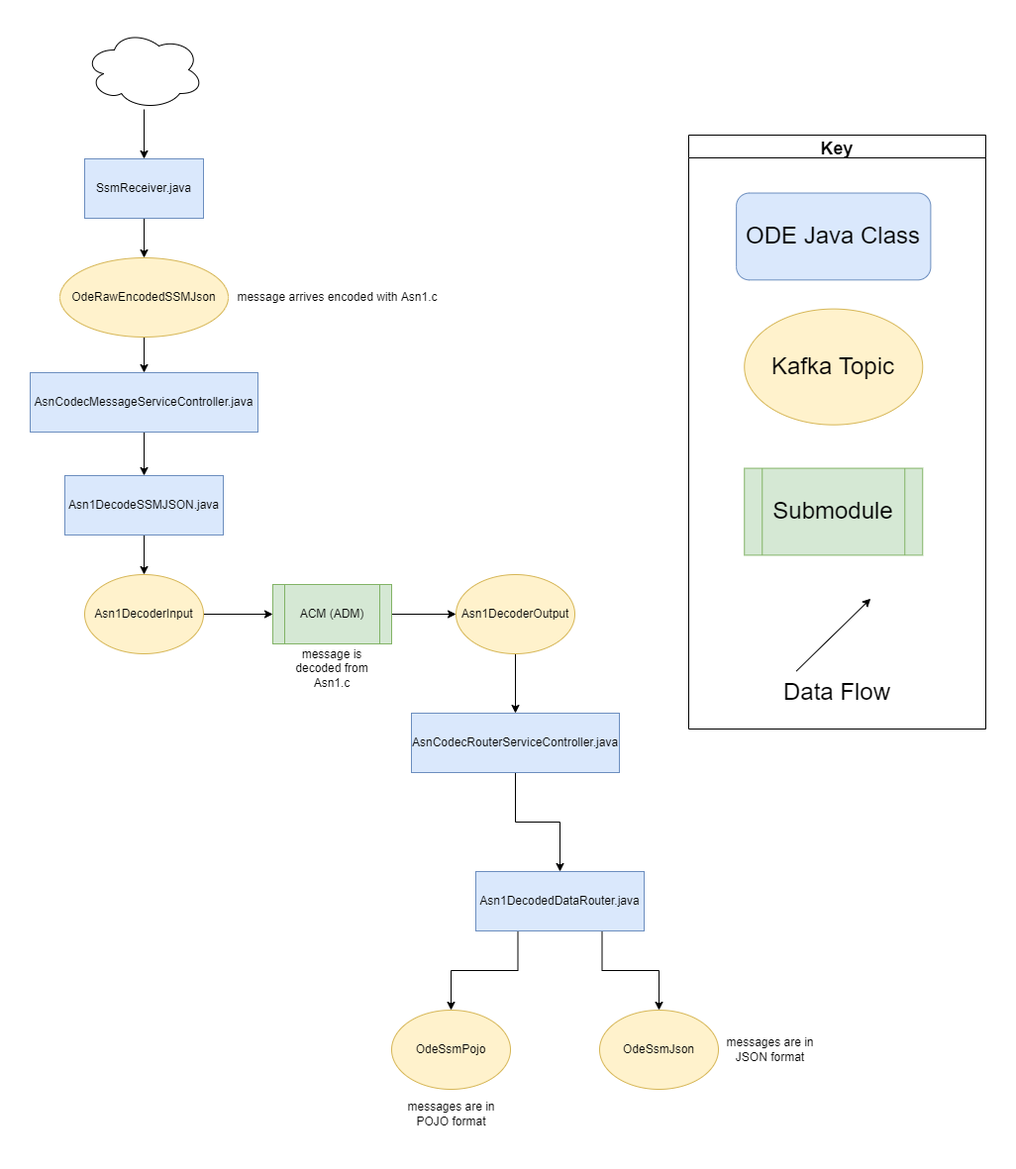
The draw.io diagram docs/data-flow-diagrams/ssm/SSM Data Flow.drawio.png in usdot-jpo-ode/jpo-ode, before a commit. Source tidied: cells renumbered, new cells last; positions are measured from the earlier drawing's top-left corner, leaving out a move shared by most shapes.
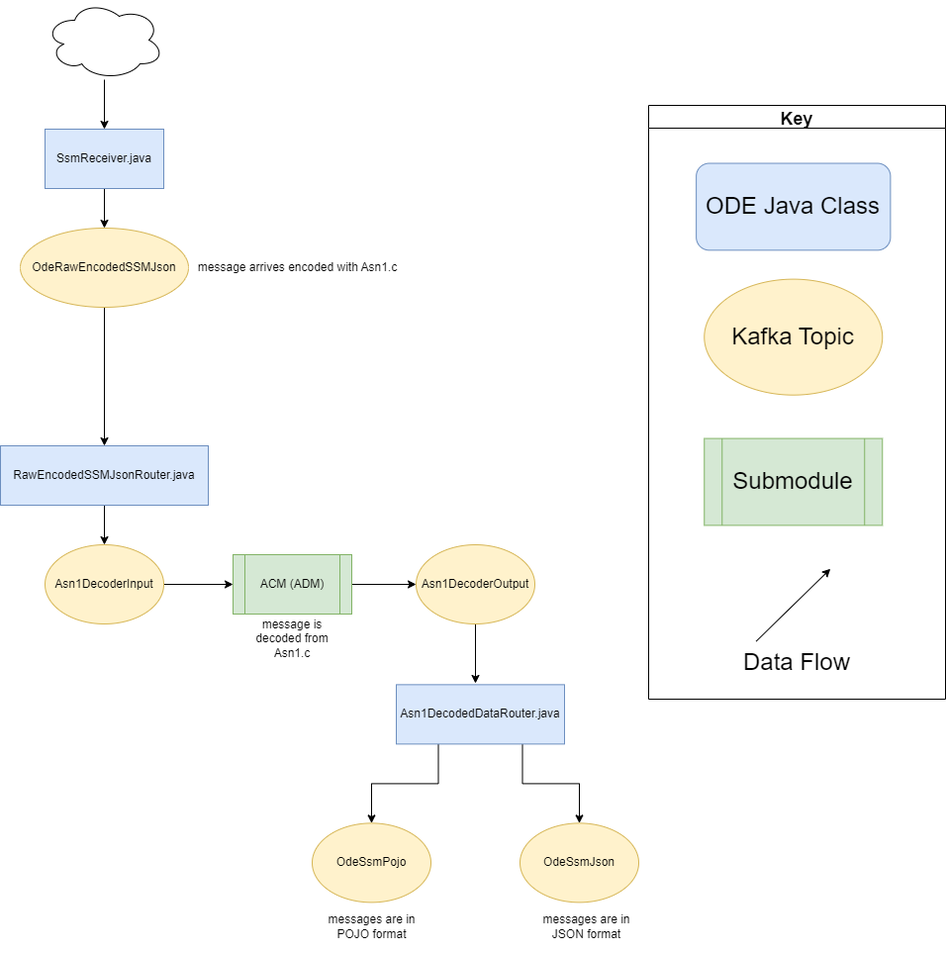
The same diagram one commit later.

The edit, as a diff of the source:
```diff
@@ -9,7 +9,7 @@
       <mxGeometry relative="1" as="geometry" />
     </mxCell>
     <mxCell id="4" value="Asn1DecodedDataRouter.java" style="rounded=0;whiteSpace=wrap;html=1;fillColor=#dae8fc;strokeColor=#6c8ebf;" parent="1" vertex="1">
-      <mxGeometry x="450" y="850" width="170" height="60" as="geometry" />
+      <mxGeometry x="410" y="691.4" width="170" height="60" as="geometry" />
     </mxCell>
     <mxCell id="5" style="edgeStyle=orthogonalEdgeStyle;rounded=0;jettySize=auto;html=1;entryX=0;entryY=0.5;entryDx=0;entryDy=0;" parent="1" edge="1" source="6" target="12">
       <mxGeometry relative="1" as="geometry" />
@@ -17,20 +17,19 @@
     <mxCell id="6" value="ACM (ADM)" style="shape=process;whiteSpace=wrap;html=1;backgroundOutline=1;fillColor=#d5e8d4;strokeColor=#82b366;" parent="1" vertex="1">
       <mxGeometry x="245" y="560" width="120" height="60" as="geometry" />
     </mxCell>
-    <mxCell id="7" style="edgeStyle=orthogonalEdgeStyle;rounded=0;jettySize=auto;html=1;" parent="1" edge="1" source="8" target="18">
+    <mxCell id="7" style="edgeStyle=orthogonalEdgeStyle;rounded=0;jettySize=auto;html=1;exitX=0.5;exitY=1;exitDx=0;exitDy=0;" parent="1" edge="1" source="16" target="18">
       <mxGeometry relative="1" as="geometry" />
     </mxCell>
-    <mxCell id="8" value="AsnCodecMessageServiceController.java" style="rounded=0;whiteSpace=wrap;html=1;fillColor=#dae8fc;strokeColor=#6c8ebf;" parent="1" vertex="1">
-      <mxGeometry y="346" width="230" height="60" as="geometry" />
-    </mxCell>
     <mxCell id="9" style="edgeStyle=orthogonalEdgeStyle;rounded=0;jettySize=auto;html=1;entryX=0;entryY=0.5;entryDx=0;entryDy=0;" parent="1" edge="1" source="10" target="6">
       <mxGeometry relative="1" as="geometry" />
     </mxCell>
     <mxCell id="10" value="Asn1DecoderInput" style="ellipse;whiteSpace=wrap;html=1;fillColor=#fff2cc;strokeColor=#d6b656;" parent="1" vertex="1">
       <mxGeometry x="55" y="550" width="120" height="80" as="geometry" />
     </mxCell>
-    <mxCell id="11" style="edgeStyle=orthogonalEdgeStyle;rounded=0;jettySize=auto;html=1;" parent="1" edge="1" source="12" target="20">
-      <mxGeometry relative="1" as="geometry" />
+    <mxCell id="11" style="edgeStyle=orthogonalEdgeStyle;rounded=0;jettySize=auto;html=1;" parent="1" edge="1" source="12">
+      <mxGeometry relative="1" as="geometry">
+        <mxPoint x="490" y="690" as="targetPoint" />
+      </mxGeometry>
     </mxCell>
     <mxCell id="12" value="Asn1DecoderOutput" style="ellipse;whiteSpace=wrap;html=1;fillColor=#fff2cc;strokeColor=#d6b656;" parent="1" vertex="1">
       <mxGeometry x="430" y="550" width="120" height="80" as="geometry" />
@@ -41,24 +40,15 @@
     <mxCell id="14" value="SsmReceiver.java" style="rounded=0;whiteSpace=wrap;html=1;fillColor=#dae8fc;strokeColor=#6c8ebf;" parent="1" vertex="1">
       <mxGeometry x="55" y="130" width="120" height="60" as="geometry" />
     </mxCell>
-    <mxCell id="15" style="edgeStyle=orthogonalEdgeStyle;rounded=0;jettySize=auto;html=1;" parent="1" edge="1" source="16" target="8">
-      <mxGeometry relative="1" as="geometry" />
-    </mxCell>
     <mxCell id="16" value="OdeRawEncodedSSMJson" style="ellipse;whiteSpace=wrap;html=1;fillColor=#fff2cc;strokeColor=#d6b656;" parent="1" vertex="1">
       <mxGeometry x="30" y="230" width="170" height="80" as="geometry" />
     </mxCell>
     <mxCell id="17" style="edgeStyle=orthogonalEdgeStyle;rounded=0;jettySize=auto;html=1;entryX=0.5;entryY=0;entryDx=0;entryDy=0;" parent="1" edge="1" source="18" target="10">
       <mxGeometry relative="1" as="geometry" />
     </mxCell>
-    <mxCell id="18" value="Asn1DecodeSSMJSON.java" style="rounded=0;whiteSpace=wrap;html=1;fillColor=#dae8fc;strokeColor=#6c8ebf;" parent="1" vertex="1">
-      <mxGeometry x="35" y="450" width="160" height="60" as="geometry" />
+    <mxCell id="18" value="RawEncodedSSMJsonRouter.java" style="rounded=0;whiteSpace=wrap;html=1;fillColor=#dae8fc;strokeColor=#6c8ebf;" parent="1" vertex="1">
+      <mxGeometry x="10" y="450" width="210" height="60" as="geometry" />
     </mxCell>
-    <mxCell id="19" style="edgeStyle=orthogonalEdgeStyle;rounded=0;jettySize=auto;html=1;entryX=0.5;entryY=0;entryDx=0;entryDy=0;exitX=0.5;exitY=1;exitDx=0;exitDy=0;" parent="1" edge="1" source="20" target="4">
-      <mxGeometry relative="1" as="geometry" />
-    </mxCell>
-    <mxCell id="20" value="AsnCodecRouterServiceController.java" style="rounded=0;whiteSpace=wrap;html=1;fillColor=#dae8fc;strokeColor=#6c8ebf;" parent="1" vertex="1">
-      <mxGeometry x="385" y="690" width="210" height="60" as="geometry" />
-    </mxCell>
     <mxCell id="21" style="edgeStyle=orthogonalEdgeStyle;rounded=0;jettySize=auto;html=1;" parent="1" edge="1" source="22" target="14">
       <mxGeometry relative="1" as="geometry" />
     </mxCell>
@@ -87,10 +77,10 @@
       <mxGeometry x="48.1" y="58.5" width="196.2" height="87.8" as="geometry" />
     </mxCell>
     <mxCell id="29" value="OdeSsmPojo" style="ellipse;whiteSpace=wrap;html=1;fillColor=#fff2cc;strokeColor=#d6b656;" parent="1" vertex="1">
-      <mxGeometry x="365" y="990" width="120" height="80" as="geometry" />
+      <mxGeometry x="325" y="831.4" width="120" height="80" as="geometry" />
     </mxCell>
     <mxCell id="30" value="OdeSsmJson" style="ellipse;whiteSpace=wrap;html=1;fillColor=#fff2cc;strokeColor=#d6b656;" parent="1" vertex="1">
-      <mxGeometry x="575" y="990" width="120" height="80" as="geometry" />
+      <mxGeometry x="535" y="831.4" width="120" height="80" as="geometry" />
     </mxCell>
     <mxCell id="31" value="message arrives encoded with Asn1.c" style="text;html=1;align=center;verticalAlign=middle;strokeColor=none;fillColor=none;" parent="1" vertex="1">
       <mxGeometry x="200" y="260" width="220" height="20" as="geometry" />
@@ -102,10 +92,10 @@
       <mxGeometry x="755" y="647.5" width="120" height="43.9" as="geometry" />
     </mxCell>
     <mxCell id="34" value="messages are in JSON format" style="text;html=1;strokeColor=none;fillColor=none;align=center;verticalAlign=middle;whiteSpace=wrap;rounded=0;" parent="1" vertex="1">
-      <mxGeometry x="695" y="1005" width="105" height="50" as="geometry" />
+      <mxGeometry x="550" y="911.4" width="105" height="50" as="geometry" />
     </mxCell>
     <mxCell id="35" value="messages are in POJO format" style="text;html=1;strokeColor=none;fillColor=none;align=center;verticalAlign=middle;whiteSpace=wrap;rounded=0;" parent="1" vertex="1">
-      <mxGeometry x="372.5" y="1070" width="105" height="50" as="geometry" />
+      <mxGeometry x="332.5" y="911.4" width="105" height="50" as="geometry" />
     </mxCell>
   </root>
 </mxGraphModel>
```
